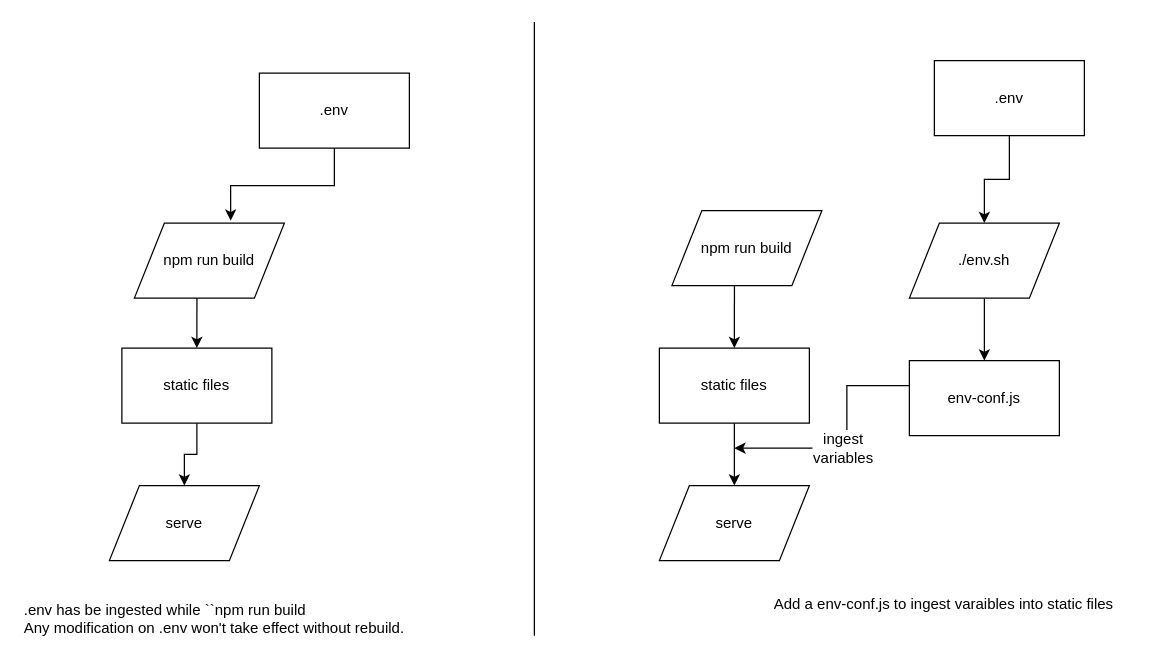
Above: react-runtime-environment-variables.drawio in catwang01/Pictures (draw.io), before the change. Source tidied: cells renumbered, new cells numbered last; positions are measured from the earlier drawing's top-left corner, leaving out a move shared by most shapes. Both pictures are drawn from the tidied source at 125%, with x=0, y=0 at pixel (21, 21).
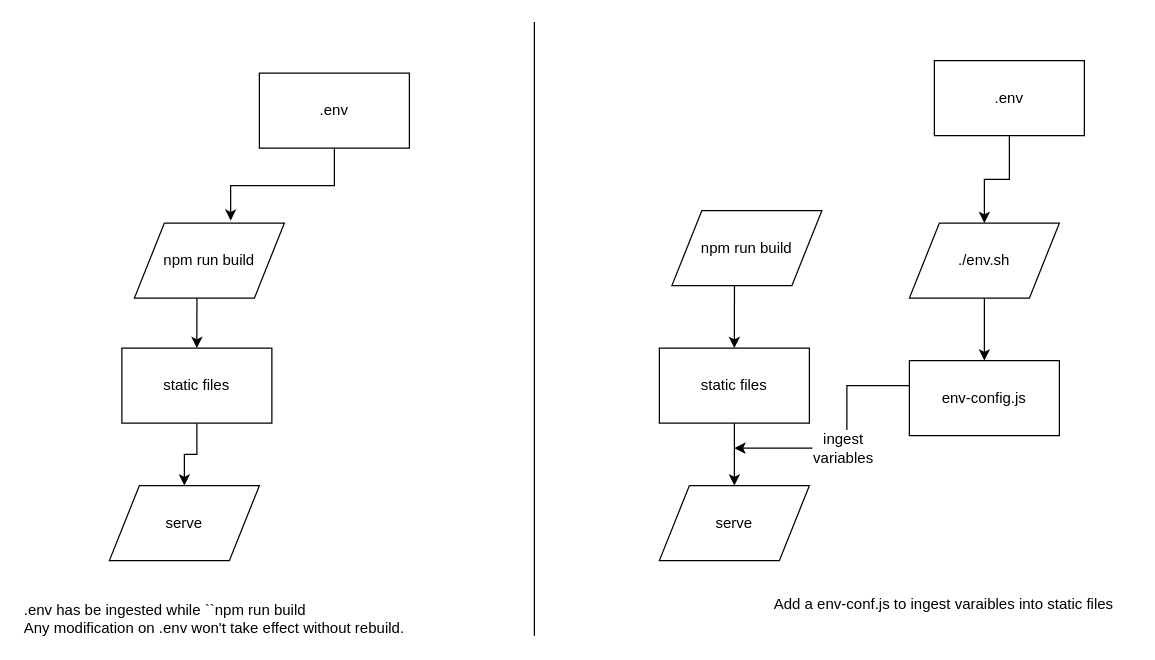
The same page after the edit.

Diff of the diagram source:
```diff
@@
-    <mxCell id="17" value="env-conf.js" style="rounded=0;whiteSpace=wrap;html=1;" parent="1" vertex="1">
+    <mxCell id="17" value="env-config.js" style="rounded=0;whiteSpace=wrap;html=1;" parent="1" vertex="1">
       <mxGeometry x="710" y="271" width="120" height="60" as="geometry" />
     </mxCell>
```
